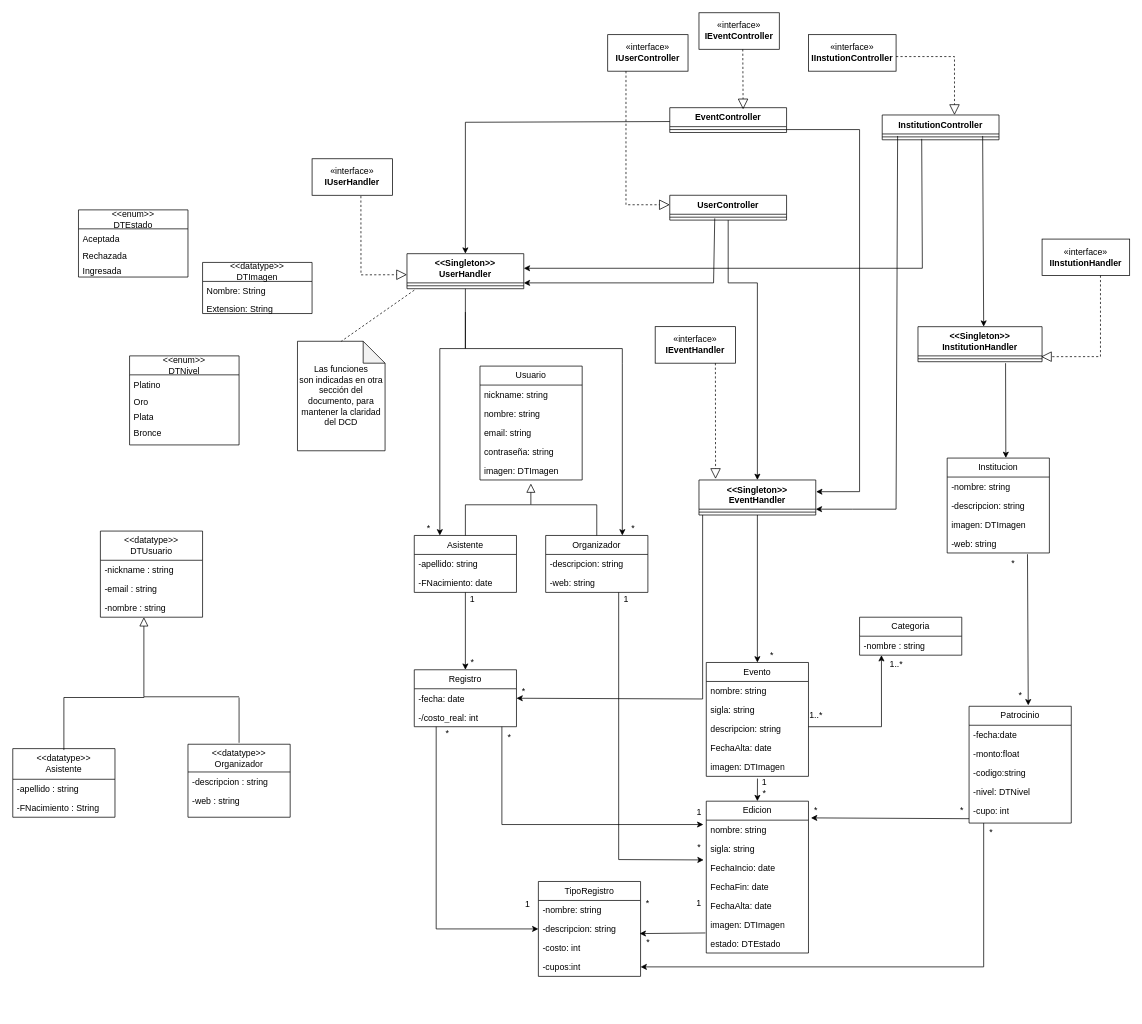
Before: page "Diagrame de Clase" (5 of 5) of Tarea1Snapshot.drawio in franscaletti/tprog, a draw.io diagram. Source tidied: cells renumbered, new cells numbered last; positions are measured from the earlier drawing's top-left corner, leaving out a move shared by most shapes. Both pictures are drawn from the tidied source at 73%, with x=0, y=0 at pixel (12, 12).
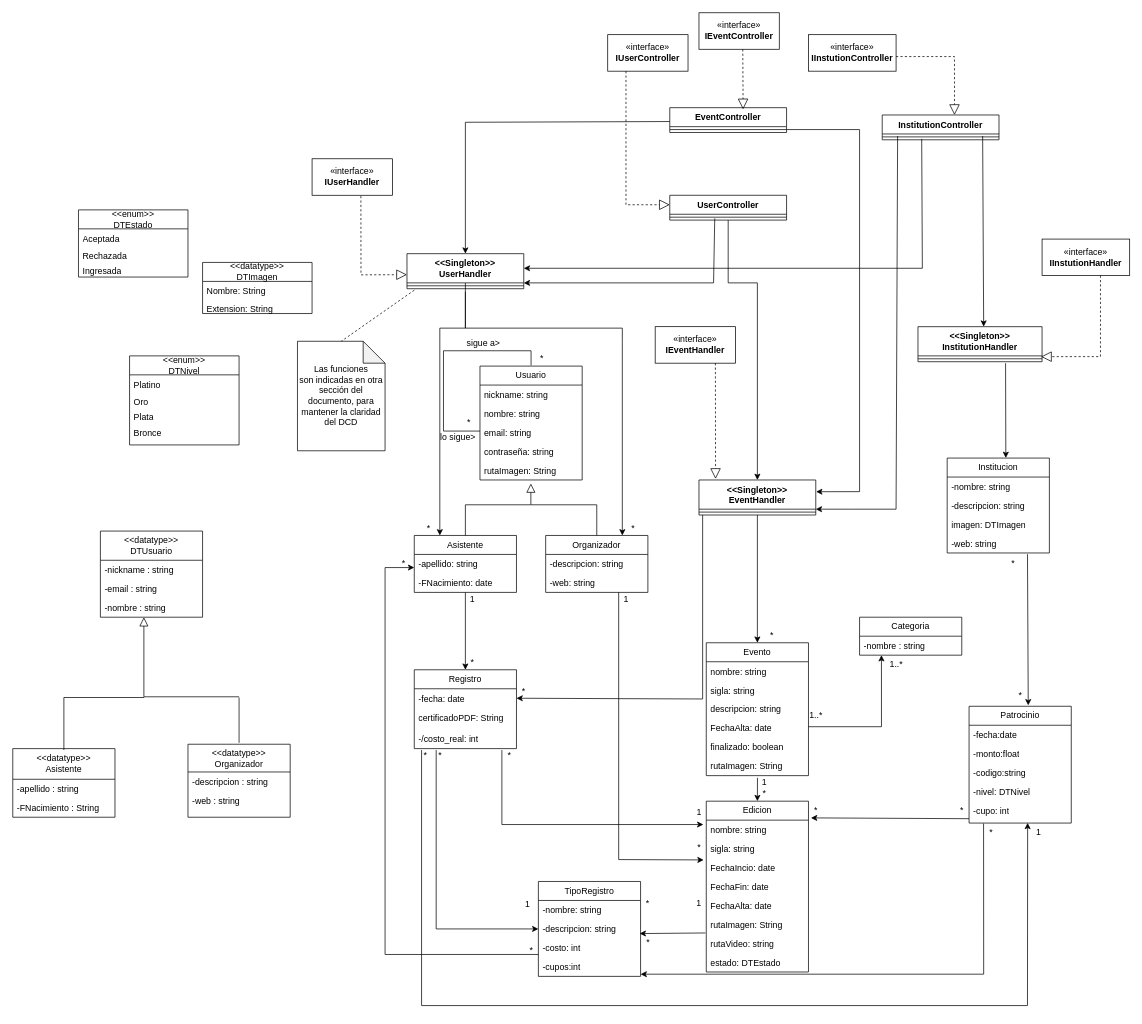
The same diagram, later.

The change refers to these unchanged cells:
```xml
<mxCell id="8" value="Asistente" style="swimlane;fontStyle=0;horizontal=1;startSize=26;fillColor=none;whiteSpace=wrap;html=1;" parent="1" vertex="1">
  <mxGeometry x="550" y="716" width="140" height="78" as="geometry" />
</mxCell>
<mxCell id="9" value="-apellido: string&amp;nbsp;&lt;div&gt;&lt;br&gt;&lt;/div&gt;" style="text;strokeColor=none;fillColor=none;align=left;verticalAlign=top;spacingLeft=4;spacingRight=4;overflow=hidden;points=[[0,0.5],[1,0.5]];portConstraint=eastwest;whiteSpace=wrap;html=1;" parent="8" vertex="1">
  <mxGeometry y="26" width="140" height="26" as="geometry" />
</mxCell>
<mxCell id="11" value="Organizador" style="swimlane;fontStyle=0;horizontal=1;startSize=26;fillColor=none;whiteSpace=wrap;html=1;" parent="1" vertex="1">
  <mxGeometry x="730" y="716" width="140" height="78" as="geometry" />
</mxCell>
<mxCell id="23" value="-descripcion: string" style="text;strokeColor=none;fillColor=none;align=left;verticalAlign=top;spacingLeft=4;spacingRight=4;overflow=hidden;points=[[0,0.5],[1,0.5]];portConstraint=eastwest;whiteSpace=wrap;html=1;" parent="21" vertex="1">
  <mxGeometry y="52" width="140" height="26" as="geometry" />
</mxCell>
<mxCell id="24" value="-costo: int" style="text;strokeColor=none;fillColor=none;align=left;verticalAlign=top;spacingLeft=4;spacingRight=4;overflow=hidden;points=[[0,0.5],[1,0.5]];portConstraint=eastwest;whiteSpace=wrap;html=1;" parent="21" vertex="1">
  <mxGeometry y="78" width="140" height="26" as="geometry" />
</mxCell>
<mxCell id="25" value="-cupos:int" style="text;strokeColor=none;fillColor=none;align=left;verticalAlign=top;spacingLeft=4;spacingRight=4;overflow=hidden;points=[[0,0.5],[1,0.5]];portConstraint=eastwest;whiteSpace=wrap;html=1;" parent="21" vertex="1">
  <mxGeometry y="104" width="140" height="26" as="geometry" />
</mxCell>
<mxCell id="30" value="Patrocinio" style="swimlane;fontStyle=0;horizontal=1;startSize=26;fillColor=none;whiteSpace=wrap;html=1;" parent="1" vertex="1">
  <mxGeometry x="1310" y="950" width="140" height="160" as="geometry" />
</mxCell>
<mxCell id="37" value="-cupo: int" style="text;strokeColor=none;fillColor=none;align=left;verticalAlign=top;spacingLeft=4;spacingRight=4;overflow=hidden;points=[[0,0.5],[1,0.5]];portConstraint=eastwest;whiteSpace=wrap;html=1;" parent="30" vertex="1">
  <mxGeometry y="130" width="140" height="30" as="geometry" />
</mxCell>
<mxCell id="74" value="&amp;lt;&amp;lt;Singleton&amp;gt;&amp;gt;&lt;div&gt;EventHandler&lt;/div&gt;" style="swimlane;fontStyle=1;align=center;verticalAlign=top;horizontal=1;startSize=40;whiteSpace=wrap;html=1;" parent="1" vertex="1">
  <mxGeometry x="940" y="640" width="160" height="48" as="geometry" />
</mxCell>
<mxCell id="76" value="&amp;lt;&amp;lt;Singleton&amp;gt;&amp;gt;&lt;div&gt;UserHandler&lt;/div&gt;" style="swimlane;fontStyle=1;align=center;verticalAlign=top;horizontal=1;startSize=40;whiteSpace=wrap;html=1;" parent="1" vertex="1">
  <mxGeometry x="540" y="330" width="160" height="48" as="geometry" />
</mxCell>
<mxCell id="92" value="*" style="text;html=1;align=center;verticalAlign=middle;points=[];strokeColor=none;fillColor=none;" parent="1" vertex="1">
  <mxGeometry x="1325" y="1108" width="30" height="30" as="geometry" />
</mxCell>
<mxCell id="122" value="Usuario" style="swimlane;fontStyle=0;horizontal=1;startSize=26;fillColor=none;whiteSpace=wrap;html=1;" parent="1" vertex="1">
  <mxGeometry x="640" y="484" width="140" height="156" as="geometry" />
</mxCell>
```

Change to the diagram source:
```diff
@@
     <mxCell id="26" value="Registro" style="swimlane;fontStyle=0;horizontal=1;startSize=26;fillColor=none;whiteSpace=wrap;html=1;" parent="1" vertex="1">
-      <mxGeometry x="550" y="900" width="140" height="78" as="geometry" />
+      <mxGeometry x="550" y="900" width="140" height="108" as="geometry" />
     </mxCell>
@@
     <mxCell id="28" style="endArrow=classic;html=1;rounded=0;entryX=0;entryY=0.5;entryDx=0;entryDy=0;" parent="26" edge="1" target="23">
       <mxGeometry relative="1" as="geometry">
-        <mxPoint x="30" y="78" as="sourcePoint" />
+        <mxPoint x="30" y="110" as="sourcePoint" />
         <Array as="points">
           <mxPoint x="30" y="355" />
         </Array>
       </mxGeometry>
     </mxCell>
+    <mxCell id="149" value="certificadoPDF: String" style="text;strokeColor=none;fillColor=none;align=left;verticalAlign=top;spacingLeft=4;spacingRight=4;overflow=hidden;whiteSpace=wrap;html=1;" parent="26" vertex="1">
+      <mxGeometry y="52" width="140" height="30" as="geometry" />
+    </mxCell>
     <mxCell id="29" value="&lt;div&gt;-/costo_real: int&lt;/div&gt;" style="text;strokeColor=none;fillColor=none;align=left;verticalAlign=top;spacingLeft=4;spacingRight=4;overflow=hidden;whiteSpace=wrap;html=1;" parent="26" vertex="1">
-      <mxGeometry y="52" width="140" height="26" as="geometry" />
+      <mxGeometry y="82" width="140" height="26" as="geometry" />
     </mxCell>
@@
-    <mxCell id="36" style="endArrow=classic;html=1;rounded=0;entryX=1;entryY=0.5;entryDx=0;entryDy=0;" parent="30" edge="1" target="25">
-      <mxGeometry relative="1" as="geometry">
-        <mxPoint x="20" y="160" as="sourcePoint" />
-        <Array as="points">
-          <mxPoint x="20" y="357" />
-        </Array>
-      </mxGeometry>
-    </mxCell>
@@
     <mxCell id="40" style="endArrow=classic;html=1;rounded=0;entryX=0.25;entryY=0;entryDx=0;entryDy=0;" parent="1" edge="1" target="8">
       <mxGeometry relative="1" as="geometry">
-        <mxPoint x="620" y="410" as="sourcePoint" />
+        <mxPoint x="620" y="382" as="sourcePoint" />
         <Array as="points">
-          <mxPoint x="620" y="460" />
-          <mxPoint x="585" y="460" />
+          <mxPoint x="620" y="432" />
+          <mxPoint x="585" y="432" />
         </Array>
       </mxGeometry>
     </mxCell>
-    <mxCell id="41" style="endArrow=classic;html=1;rounded=0;entryX=0.75;entryY=0;entryDx=0;entryDy=0;exitX=0.5;exitY=1;exitDx=0;exitDy=0;" parent="1" edge="1" source="76" target="11">
+    <mxCell id="41" style="endArrow=classic;html=1;rounded=0;entryX=0.75;entryY=0;entryDx=0;entryDy=0;exitX=0.5;exitY=1;exitDx=0;exitDy=0;" parent="1" edge="1" target="11">
       <mxGeometry relative="1" as="geometry">
+        <mxPoint x="620" y="350" as="sourcePoint" />
         <Array as="points">
-          <mxPoint x="620" y="460" />
-          <mxPoint x="835" y="460" />
-          <mxPoint x="835" y="480" />
+          <mxPoint x="620" y="432" />
+          <mxPoint x="835" y="432" />
+          <mxPoint x="835" y="452" />
         </Array>
       </mxGeometry>
     </mxCell>
@@
-    <mxCell id="44" style="endArrow=classic;html=1;rounded=0;entryX=0.5;entryY=0;entryDx=0;entryDy=0;exitX=0.5;exitY=1;exitDx=0;exitDy=0;" parent="1" edge="1" source="74">
-      <mxGeometry relative="1" as="geometry">
-        <mxPoint x="1020" y="890" as="targetPoint" />
-      </mxGeometry>
+    <mxCell id="44" style="endArrow=classic;html=1;rounded=0;exitX=0.5;exitY=1;exitDx=0;exitDy=0;entryX=0.5;entryY=0;entryDx=0;entryDy=0;" parent="1" edge="1" source="74" target="128">
+      <mxGeometry relative="1" as="geometry" />
     </mxCell>
     <mxCell id="45" value="*" style="text;html=1;align=center;verticalAlign=middle;whiteSpace=wrap;rounded=0;" parent="1" vertex="1">
-      <mxGeometry x="1030" y="870" width="20" height="20" as="geometry" />
+      <mxGeometry x="1030" y="843" width="20" height="20" as="geometry" />
     </mxCell>
@@
     <mxCell id="81" style="endArrow=classic;html=1;rounded=0;" parent="1" edge="1">
       <mxGeometry relative="1" as="geometry">
-        <mxPoint x="670" y="978" as="sourcePoint" />
+        <mxPoint x="670" y="1010" as="sourcePoint" />
         <mxPoint x="946" y="1112" as="targetPoint" />
         <Array as="points">
           <mxPoint x="670" y="1112" />
         </Array>
       </mxGeometry>
     </mxCell>
     <mxCell id="82" value="*" style="text;html=1;align=center;verticalAlign=middle;strokeColor=none;fillColor=none;" parent="1" vertex="1">
-      <mxGeometry x="665" y="978" width="30" height="30" as="geometry" />
+      <mxGeometry x="665" y="1002" width="30" height="30" as="geometry" />
     </mxCell>
@@
     <mxCell id="115" value="*" style="text;html=1;align=center;verticalAlign=middle;strokeColor=none;fillColor=none;" parent="1" vertex="1">
-      <mxGeometry x="580" y="972" width="30" height="30" as="geometry" />
+      <mxGeometry x="570" y="1002" width="30" height="30" as="geometry" />
     </mxCell>
@@
-    <mxCell id="127" value="imagen: DTImagen" style="text;strokeColor=none;fillColor=none;align=left;verticalAlign=top;spacingLeft=4;spacingRight=4;overflow=hidden;points=[[0,0.5],[1,0.5]];portConstraint=eastwest;whiteSpace=wrap;html=1;" parent="122" vertex="1">
+    <mxCell id="127" value="rutaImagen: String" style="text;strokeColor=none;fillColor=none;align=left;verticalAlign=top;spacingLeft=4;spacingRight=4;overflow=hidden;points=[[0,0.5],[1,0.5]];portConstraint=eastwest;whiteSpace=wrap;html=1;" parent="122" vertex="1">
       <mxGeometry y="130" width="140" height="26" as="geometry" />
     </mxCell>
     <mxCell id="128" value="Evento" style="swimlane;fontStyle=0;horizontal=1;startSize=26;fillColor=none;whiteSpace=wrap;html=1;" parent="1" vertex="1">
-      <mxGeometry x="950" y="890" width="140" height="156" as="geometry" />
+      <mxGeometry x="950" y="863" width="140" height="182" as="geometry" />
     </mxCell>
@@
+    <mxCell id="150" value="finalizado: boolean" style="text;strokeColor=none;fillColor=none;align=left;verticalAlign=top;spacingLeft=4;spacingRight=4;overflow=hidden;whiteSpace=wrap;html=1;" parent="128" vertex="1">
+      <mxGeometry y="130" width="140" height="26" as="geometry" />
+    </mxCell>
-    <mxCell id="133" value="imagen: DTImagen" style="text;strokeColor=none;fillColor=none;align=left;verticalAlign=top;spacingLeft=4;spacingRight=4;overflow=hidden;points=[[0,0.5],[1,0.5]];portConstraint=eastwest;whiteSpace=wrap;html=1;" parent="128" vertex="1">
-      <mxGeometry y="130" width="140" height="26" as="geometry" />
+    <mxCell id="133" value="rutaImagen: String" style="text;strokeColor=none;fillColor=none;align=left;verticalAlign=top;spacingLeft=4;spacingRight=4;overflow=hidden;points=[[0,0.5],[1,0.5]];portConstraint=eastwest;whiteSpace=wrap;html=1;" parent="128" vertex="1">
+      <mxGeometry y="156" width="140" height="26" as="geometry" />
     </mxCell>
     <mxCell id="134" value="Edicion" style="swimlane;fontStyle=0;horizontal=1;startSize=26;fillColor=none;whiteSpace=wrap;html=1;" parent="1" vertex="1">
-      <mxGeometry x="950" y="1080" width="140" height="208" as="geometry" />
+      <mxGeometry x="950" y="1080" width="140" height="234" as="geometry" />
     </mxCell>
@@
-    <mxCell id="140" value="imagen: DTImagen" style="text;strokeColor=none;fillColor=none;align=left;verticalAlign=top;spacingLeft=4;spacingRight=4;overflow=hidden;points=[[0,0.5],[1,0.5]];portConstraint=eastwest;whiteSpace=wrap;html=1;" parent="134" vertex="1">
+    <mxCell id="140" value="rutaImagen: String" style="text;strokeColor=none;fillColor=none;align=left;verticalAlign=top;spacingLeft=4;spacingRight=4;overflow=hidden;points=[[0,0.5],[1,0.5]];portConstraint=eastwest;whiteSpace=wrap;html=1;" parent="134" vertex="1">
       <mxGeometry y="156" width="140" height="26" as="geometry" />
     </mxCell>
+    <mxCell id="151" value="rutaVideo: string" style="text;strokeColor=none;fillColor=none;align=left;verticalAlign=top;spacingLeft=4;spacingRight=4;overflow=hidden;whiteSpace=wrap;html=1;" parent="134" vertex="1">
+      <mxGeometry y="182" width="140" height="26" as="geometry" />
+    </mxCell>
     <mxCell id="141" value="&lt;div&gt;estado: DTEstado&lt;/div&gt;" style="text;strokeColor=none;fillColor=none;align=left;verticalAlign=top;spacingLeft=4;spacingRight=4;overflow=hidden;whiteSpace=wrap;html=1;" parent="134" vertex="1">
-      <mxGeometry y="182" width="140" height="26" as="geometry" />
+      <mxGeometry y="208" width="140" height="26" as="geometry" />
     </mxCell>
@@
+    <mxCell id="152" style="endArrow=none;html=1;rounded=0;entryX=0;entryY=0.462;entryDx=0;entryDy=0;exitX=0.5;exitY=0;exitDx=0;exitDy=0;entryPerimeter=0;" parent="1" edge="1">
+      <mxGeometry relative="1" as="geometry">
+        <mxPoint x="710" y="483" as="sourcePoint" />
+        <mxPoint x="640" y="573" as="targetPoint" />
+        <Array as="points">
+          <mxPoint x="710" y="463" />
+          <mxPoint x="590" y="463" />
+          <mxPoint x="590" y="573" />
+        </Array>
+      </mxGeometry>
+    </mxCell>
+    <mxCell id="153" value="*" style="text;html=1;align=center;verticalAlign=middle;whiteSpace=wrap;rounded=0;" parent="1" vertex="1">
+      <mxGeometry x="610" y="550" width="30" height="22" as="geometry" />
+    </mxCell>
+    <mxCell id="154" value="*" style="text;html=1;align=center;verticalAlign=middle;whiteSpace=wrap;rounded=0;" parent="1" vertex="1">
+      <mxGeometry x="710" y="463" width="30" height="20" as="geometry" />
+    </mxCell>
+    <mxCell id="155" value="sigue a&amp;gt;" style="text;html=1;align=center;verticalAlign=middle;whiteSpace=wrap;rounded=0;" parent="1" vertex="1">
+      <mxGeometry x="620" y="443" width="50" height="20" as="geometry" />
+    </mxCell>
+    <mxCell id="156" value="lo sigue&amp;gt;" style="text;html=1;align=center;verticalAlign=middle;whiteSpace=wrap;rounded=0;" parent="1" vertex="1">
+      <mxGeometry x="580" y="572" width="60" height="20" as="geometry" />
+    </mxCell>
+    <mxCell id="157" style="endArrow=classic;html=1;rounded=0;exitX=0;exitY=0.846;exitDx=0;exitDy=0;exitPerimeter=0;entryX=0;entryY=0.692;entryDx=0;entryDy=0;entryPerimeter=0;" parent="1" edge="1" source="24" target="9">
+      <mxGeometry relative="1" as="geometry">
+        <Array as="points">
+          <mxPoint x="510" y="1290" />
+          <mxPoint x="510" y="760" />
+        </Array>
+      </mxGeometry>
+    </mxCell>
+    <mxCell id="158" value="*" style="text;html=1;align=center;verticalAlign=middle;strokeColor=none;fillColor=none;" parent="1" vertex="1">
+      <mxGeometry x="520" y="740" width="30" height="30" as="geometry" />
+    </mxCell>
+    <mxCell id="159" value="*" style="text;html=1;align=center;verticalAlign=middle;strokeColor=none;fillColor=none;" parent="1" vertex="1">
+      <mxGeometry x="695" y="1270" width="30" height="30" as="geometry" />
+    </mxCell>
+    <mxCell id="36" style="endArrow=classic;html=1;rounded=0;entryX=1;entryY=0.5;entryDx=0;entryDy=0;exitX=0.162;exitY=0.089;exitDx=0;exitDy=0;exitPerimeter=0;" parent="1" edge="1" source="92">
+      <mxGeometry relative="1" as="geometry">
+        <mxPoint x="860" y="1317" as="targetPoint" />
+        <Array as="points">
+          <mxPoint x="1330" y="1317" />
+        </Array>
+      </mxGeometry>
+    </mxCell>
+    <mxCell id="160" style="endArrow=classic;html=1;rounded=0;entryX=0.573;entryY=0.992;entryDx=0;entryDy=0;entryPerimeter=0;" parent="1" edge="1" target="37">
+      <mxGeometry relative="1" as="geometry">
+        <mxPoint x="560" y="1010" as="sourcePoint" />
+        <Array as="points">
+          <mxPoint x="560" y="1360" />
+          <mxPoint x="1390" y="1360" />
+        </Array>
+      </mxGeometry>
+    </mxCell>
+    <mxCell id="161" value="1" style="text;html=1;align=center;verticalAlign=middle;strokeColor=none;fillColor=none;" parent="1" vertex="1">
+      <mxGeometry x="1390" y="1108" width="30" height="30" as="geometry" />
+    </mxCell>
+    <mxCell id="162" value="*" style="text;html=1;align=center;verticalAlign=middle;strokeColor=none;fillColor=none;" parent="1" vertex="1">
+      <mxGeometry x="550" y="1002" width="30" height="30" as="geometry" />
+    </mxCell>
```
